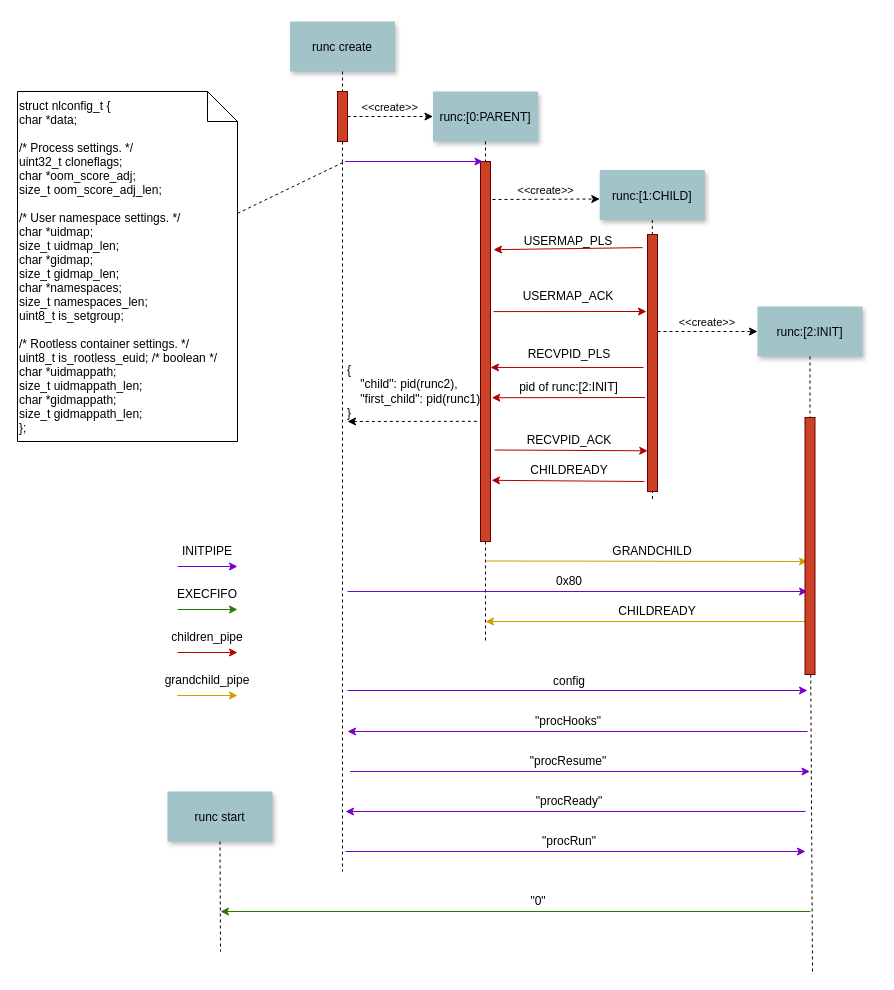
payall4u/depository keeps this draw.io diagram as Untitled Diagram.drawio. Above is the earlier version. Source tidied: cells renumbered, new cells numbered last; positions are measured from the earlier drawing's top-left corner, leaving out a move shared by most shapes. Both pictures are drawn from the tidied source at 100%, with x=0, y=0 at pixel (17, 21).
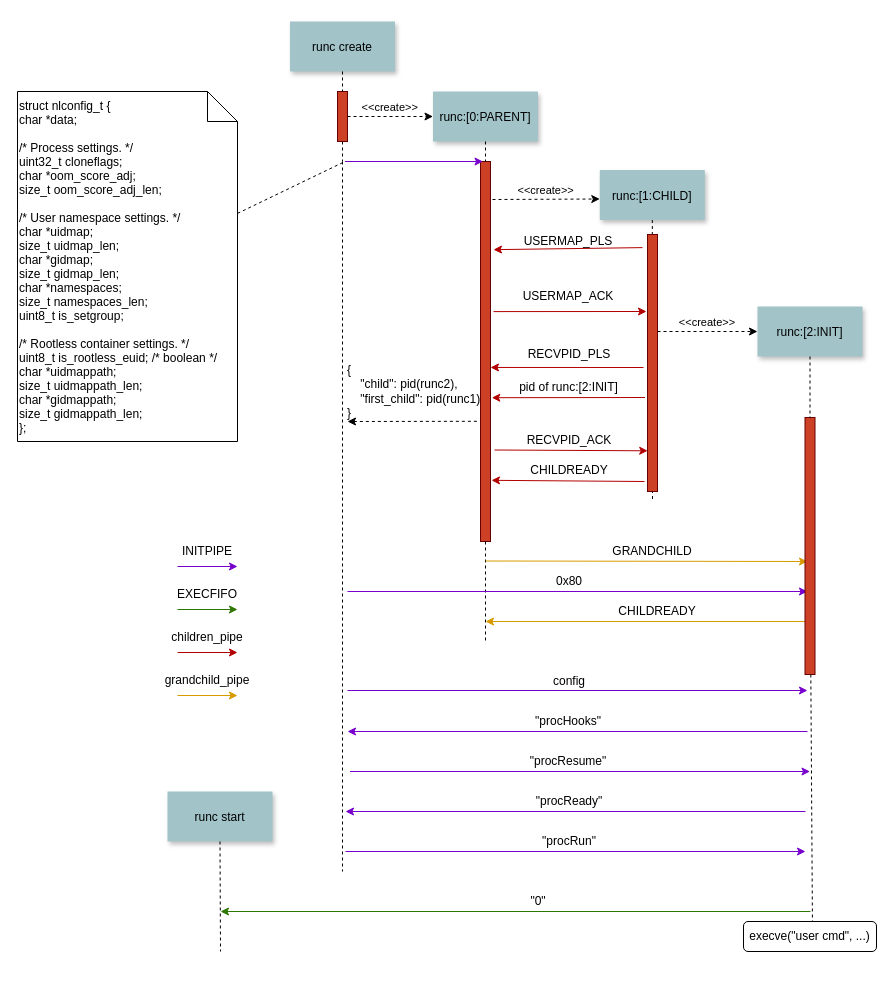
The same page after the edit.

The change refers to these unchanged cells:
```xml
<mxCell id="50" style="fillColor=#CC4125;strokeColor=#660000;" parent="1" vertex="1">
  <mxGeometry x="787.5" y="396" width="10" height="257" as="geometry" />
</mxCell>
```

Change to the diagram source:
```diff
@@
     <mxCell id="10" style="edgeStyle=none;endArrow=none;dashed=1;" parent="1" edge="1" source="50">
       <mxGeometry x="614.5" y="175" as="geometry">
-        <mxPoint x="795" y="950" as="targetPoint" />
+        <mxPoint x="795" y="910" as="targetPoint" />
       </mxGeometry>
     </mxCell>
@@
+    <mxCell id="66" value="execve(&quot;user cmd&quot;, ...)" style="rounded=1;whiteSpace=wrap;html=1;" parent="1" vertex="1">
+      <mxGeometry x="726" y="900" width="133" height="30" as="geometry" />
+    </mxCell>
```
